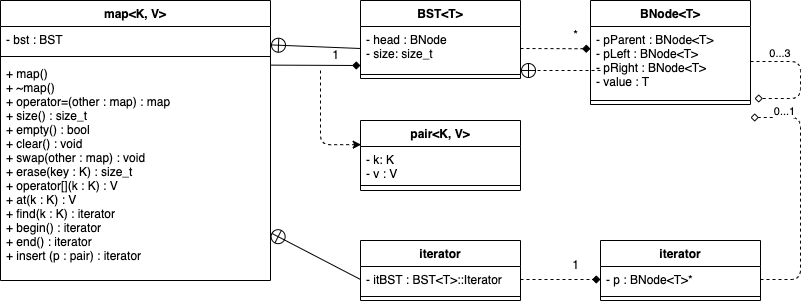
Before: doc/class_diagram.png, a diagram exported from draw.io (MarshallMathers1313/map). Source tidied: cells renumbered, new cells last; positions are measured from the earlier drawing's top-left corner, leaving out a move shared by most shapes. Its diagram source:
```xml
<mxGraphModel>
  <root>
    <mxCell id="0" />
    <mxCell id="1" parent="0" />
    <mxCell id="2" value="map&lt;K, V&gt;" style="swimlane;fontStyle=1;align=center;verticalAlign=top;horizontal=1;startSize=26;fillColor=#FFFFFF;fontColor=#000000;" parent="1" vertex="1">
      <mxGeometry width="270" height="280" as="geometry" />
    </mxCell>
    <mxCell id="3" value="- bst : BST" style="text;strokeColor=none;fillColor=none;align=left;verticalAlign=top;spacingLeft=4;spacingRight=4;overflow=hidden;points=[[0,0.5],[1,0.5]];portConstraint=eastwest;" parent="2" vertex="1">
      <mxGeometry y="26" width="270" height="26" as="geometry" />
    </mxCell>
    <mxCell id="4" style="line;strokeWidth=1;fillColor=none;align=left;verticalAlign=middle;spacingTop=-1;spacingLeft=3;spacingRight=3;labelPosition=right;strokeColor=inherit;" parent="2" vertex="1">
      <mxGeometry y="52" width="270" height="8" as="geometry" />
    </mxCell>
    <mxCell id="5" value="+ map()&#10;+ ~map()&#10;+ operator=(other : map) : map&#10;+ size() : size_t&#10;+ empty() : bool&#10;+ clear() : void&#10;+ swap(other : map) : void&#10;+ erase(key : K) : size_t&#10;+ operator[](k : K) : V&#10;+ at(k : K) : V&#10;+ find(k : K) : iterator&#10;+ begin() : iterator&#10;+ end() : iterator&#10;+ insert (p : pair) : iterator" style="text;strokeColor=none;fillColor=none;align=left;verticalAlign=top;spacingLeft=4;spacingRight=4;overflow=hidden;points=[[0,0.5],[1,0.5]];portConstraint=eastwest;" parent="2" vertex="1">
      <mxGeometry y="60" width="270" height="220" as="geometry" />
    </mxCell>
    <mxCell id="6" value="iterator" style="swimlane;fontStyle=1;align=center;verticalAlign=top;horizontal=1;startSize=26;fillColor=#FFFFFF;fontColor=#000000;" parent="1" vertex="1">
      <mxGeometry x="360" y="240" width="160" height="60" as="geometry" />
    </mxCell>
    <mxCell id="7" value="- itBST : BST&lt;T&gt;::Iterator" style="text;strokeColor=none;fillColor=none;align=left;verticalAlign=top;spacingLeft=4;spacingRight=4;overflow=hidden;points=[[0,0.5],[1,0.5]];portConstraint=eastwest;" parent="6" vertex="1">
      <mxGeometry y="26" width="160" height="26" as="geometry" />
    </mxCell>
    <mxCell id="8" style="line;strokeWidth=1;fillColor=none;align=left;verticalAlign=middle;spacingTop=-1;spacingLeft=3;spacingRight=3;labelPosition=right;strokeColor=inherit;" parent="6" vertex="1">
      <mxGeometry y="52" width="160" height="8" as="geometry" />
    </mxCell>
    <mxCell id="9" style="edgeStyle=none;html=1;exitX=0;exitY=0.5;exitDx=0;exitDy=0;entryX=1.002;entryY=0.784;entryDx=0;entryDy=0;entryPerimeter=0;endArrow=circlePlus;endFill=0;" parent="1" edge="1" source="7" target="5">
      <mxGeometry relative="1" as="geometry" />
    </mxCell>
    <mxCell id="10" value="BST&lt;T&gt;" style="swimlane;fontStyle=1;align=center;verticalAlign=top;horizontal=1;startSize=26;fillColor=#FFFFFF;fontColor=#000000;" parent="1" vertex="1">
      <mxGeometry x="360" width="160" height="78" as="geometry" />
    </mxCell>
    <mxCell id="11" value="- head : BNode&#10;- size: size_t" style="text;strokeColor=none;fillColor=none;align=left;verticalAlign=top;spacingLeft=4;spacingRight=4;overflow=hidden;points=[[0,0.5],[1,0.5]];portConstraint=eastwest;" parent="10" vertex="1">
      <mxGeometry y="26" width="160" height="44" as="geometry" />
    </mxCell>
    <mxCell id="12" style="line;strokeWidth=1;fillColor=none;align=left;verticalAlign=middle;spacingTop=-1;spacingLeft=3;spacingRight=3;labelPosition=right;strokeColor=inherit;" parent="10" vertex="1">
      <mxGeometry y="70" width="160" height="8" as="geometry" />
    </mxCell>
    <mxCell id="13" style="edgeStyle=none;html=1;exitX=0;exitY=0.5;exitDx=0;exitDy=0;endArrow=circlePlus;endFill=0;" parent="1" edge="1" source="11" target="3">
      <mxGeometry relative="1" as="geometry" />
    </mxCell>
    <mxCell id="14" style="edgeStyle=none;html=1;exitX=0.999;exitY=0.021;exitDx=0;exitDy=0;endArrow=diamond;endFill=1;exitPerimeter=0;" parent="1" edge="1" source="5">
      <mxGeometry relative="1" as="geometry">
        <mxPoint x="360" y="65" as="targetPoint" />
      </mxGeometry>
    </mxCell>
    <mxCell id="15" value="1" style="text;html=1;align=center;verticalAlign=middle;strokeColor=none;fillColor=none;" parent="1" vertex="1">
      <mxGeometry x="320" y="40" width="30" height="30" as="geometry" />
    </mxCell>
    <mxCell id="16" value="pair&lt;K, V&gt;" style="swimlane;fontStyle=1;align=center;verticalAlign=top;horizontal=1;startSize=26;fontColor=#000000;fillColor=#FFFFFF;" parent="1" vertex="1">
      <mxGeometry x="360" y="120" width="160" height="70" as="geometry" />
    </mxCell>
    <mxCell id="17" value="- k: K&#10;- v : V" style="text;strokeColor=none;fillColor=none;align=left;verticalAlign=top;spacingLeft=4;spacingRight=4;overflow=hidden;points=[[0,0.5],[1,0.5]];portConstraint=eastwest;" parent="16" vertex="1">
      <mxGeometry y="26" width="160" height="34" as="geometry" />
    </mxCell>
    <mxCell id="18" style="line;strokeWidth=1;fillColor=none;align=left;verticalAlign=middle;spacingTop=-1;spacingLeft=3;spacingRight=3;labelPosition=right;strokeColor=inherit;" parent="16" vertex="1">
      <mxGeometry y="60" width="160" height="10" as="geometry" />
    </mxCell>
    <mxCell id="19" style="edgeStyle=orthogonalEdgeStyle;html=1;entryX=0.004;entryY=-0.054;entryDx=0;entryDy=0;endArrow=classic;endFill=1;dashed=1;entryPerimeter=0;" parent="1" edge="1" target="17">
      <mxGeometry relative="1" as="geometry">
        <mxPoint x="320" y="70" as="sourcePoint" />
      </mxGeometry>
    </mxCell>
    <mxCell id="20" value="BNode&lt;T&gt;" style="swimlane;fontStyle=1;align=center;verticalAlign=top;horizontal=1;startSize=26;fillColor=#FFFFFF;fontColor=#000000;" parent="1" vertex="1">
      <mxGeometry x="590" width="160" height="104" as="geometry" />
    </mxCell>
    <mxCell id="21" value="- pParent : BNode&lt;T&gt;&#10;- pLeft : BNode&lt;T&gt;&#10;- pRight : BNode&lt;T&gt;&#10;- value : T" style="text;strokeColor=none;fillColor=none;align=left;verticalAlign=top;spacingLeft=4;spacingRight=4;overflow=hidden;points=[[0,0.5],[1,0.5]];portConstraint=eastwest;" parent="20" vertex="1">
      <mxGeometry y="26" width="160" height="70" as="geometry" />
    </mxCell>
    <mxCell id="22" style="line;strokeWidth=1;fillColor=none;align=left;verticalAlign=middle;spacingTop=-1;spacingLeft=3;spacingRight=3;labelPosition=right;strokeColor=inherit;" parent="20" vertex="1">
      <mxGeometry y="96" width="160" height="8" as="geometry" />
    </mxCell>
    <mxCell id="23" style="edgeStyle=orthogonalEdgeStyle;html=1;exitX=1;exitY=0.5;exitDx=0;exitDy=0;dashed=1;endArrow=diamond;endFill=0;" parent="20" edge="1" source="21">
      <mxGeometry relative="1" as="geometry">
        <mxPoint x="164" y="98" as="targetPoint" />
        <Array as="points">
          <mxPoint x="210" y="61" />
        </Array>
      </mxGeometry>
    </mxCell>
    <mxCell id="24" value="0...3&amp;nbsp;" style="edgeLabel;html=1;align=center;verticalAlign=middle;" parent="23" vertex="1">
      <mxGeometry x="0.45" y="2" relative="1" as="geometry">
        <mxPoint x="-11" y="-48" as="offset" />
      </mxGeometry>
    </mxCell>
    <mxCell id="25" style="html=1;dashed=1;endArrow=circlePlus;endFill=0;" parent="1" edge="1">
      <mxGeometry relative="1" as="geometry">
        <mxPoint x="600" y="70" as="sourcePoint" />
        <mxPoint x="520" y="70" as="targetPoint" />
      </mxGeometry>
    </mxCell>
    <mxCell id="26" style="edgeStyle=none;html=1;entryX=0;entryY=0.318;entryDx=0;entryDy=0;entryPerimeter=0;dashed=1;endArrow=diamond;endFill=1;exitX=1;exitY=0.5;exitDx=0;exitDy=0;" parent="1" edge="1" source="11" target="21">
      <mxGeometry relative="1" as="geometry" />
    </mxCell>
    <mxCell id="27" value="*" style="text;html=1;align=center;verticalAlign=middle;strokeColor=none;fillColor=none;" parent="1" vertex="1">
      <mxGeometry x="560" y="20" width="30" height="30" as="geometry" />
    </mxCell>
    <mxCell id="28" value="iterator" style="swimlane;fontStyle=1;align=center;verticalAlign=top;horizontal=1;startSize=26;fillColor=#FFFFFF;fontColor=#000000;" parent="1" vertex="1">
      <mxGeometry x="600" y="240" width="160" height="60" as="geometry" />
    </mxCell>
    <mxCell id="29" value="- p : BNode&lt;T&gt;*" style="text;strokeColor=none;fillColor=none;align=left;verticalAlign=top;spacingLeft=4;spacingRight=4;overflow=hidden;points=[[0,0.5],[1,0.5]];portConstraint=eastwest;" parent="28" vertex="1">
      <mxGeometry y="26" width="160" height="26" as="geometry" />
    </mxCell>
    <mxCell id="30" style="line;strokeWidth=1;fillColor=none;align=left;verticalAlign=middle;spacingTop=-1;spacingLeft=3;spacingRight=3;labelPosition=right;strokeColor=inherit;" parent="28" vertex="1">
      <mxGeometry y="52" width="160" height="8" as="geometry" />
    </mxCell>
    <mxCell id="31" style="edgeStyle=orthogonalEdgeStyle;html=1;exitX=1;exitY=0.5;exitDx=0;exitDy=0;entryX=0;entryY=0.5;entryDx=0;entryDy=0;dashed=1;endArrow=diamond;endFill=1;" parent="1" edge="1" source="7" target="29">
      <mxGeometry relative="1" as="geometry" />
    </mxCell>
    <mxCell id="32" value="1" style="text;html=1;align=center;verticalAlign=middle;strokeColor=none;fillColor=none;" parent="1" vertex="1">
      <mxGeometry x="560" y="250" width="30" height="30" as="geometry" />
    </mxCell>
    <mxCell id="33" style="edgeStyle=orthogonalEdgeStyle;html=1;exitX=1;exitY=0.5;exitDx=0;exitDy=0;entryX=1;entryY=0.5;entryDx=0;entryDy=0;dashed=1;endArrow=diamond;endFill=0;" parent="1" edge="1" source="29">
      <mxGeometry relative="1" as="geometry">
        <mxPoint x="750" y="117" as="targetPoint" />
        <Array as="points">
          <mxPoint x="800" y="279" />
          <mxPoint x="800" y="117" />
        </Array>
      </mxGeometry>
    </mxCell>
    <mxCell id="34" value="0...1" style="edgeLabel;html=1;align=center;verticalAlign=middle;" parent="1" vertex="1">
      <mxGeometry x="800" y="62" as="geometry">
        <mxPoint x="-17" y="48" as="offset" />
      </mxGeometry>
    </mxCell>
  </root>
</mxGraphModel>
```
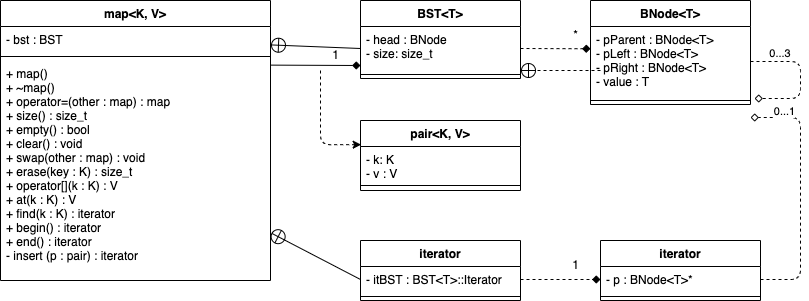
Above is the later version.

Change to the diagram source:
```diff
@@ -11,7 +11,7 @@
     <mxCell id="4" style="line;strokeWidth=1;fillColor=none;align=left;verticalAlign=middle;spacingTop=-1;spacingLeft=3;spacingRight=3;labelPosition=right;strokeColor=inherit;" parent="2" vertex="1">
       <mxGeometry y="52" width="270" height="8" as="geometry" />
     </mxCell>
-    <mxCell id="5" value="+ map()&#10;+ ~map()&#10;+ operator=(other : map) : map&#10;+ size() : size_t&#10;+ empty() : bool&#10;+ clear() : void&#10;+ swap(other : map) : void&#10;+ erase(key : K) : size_t&#10;+ operator[](k : K) : V&#10;+ at(k : K) : V&#10;+ find(k : K) : iterator&#10;+ begin() : iterator&#10;+ end() : iterator&#10;+ insert (p : pair) : iterator" style="text;strokeColor=none;fillColor=none;align=left;verticalAlign=top;spacingLeft=4;spacingRight=4;overflow=hidden;points=[[0,0.5],[1,0.5]];portConstraint=eastwest;" parent="2" vertex="1">
+    <mxCell id="5" value="+ map()&#10;+ ~map()&#10;+ operator=(other : map) : map&#10;+ size() : size_t&#10;+ empty() : bool&#10;+ clear() : void&#10;+ swap(other : map) : void&#10;+ erase(key : K) : size_t&#10;+ operator[](k : K) : V&#10;+ at(k : K) : V&#10;+ find(k : K) : iterator&#10;+ begin() : iterator&#10;+ end() : iterator&#10;- insert (p : pair) : iterator" style="text;strokeColor=none;fillColor=none;align=left;verticalAlign=top;spacingLeft=4;spacingRight=4;overflow=hidden;points=[[0,0.5],[1,0.5]];portConstraint=eastwest;" parent="2" vertex="1">
       <mxGeometry y="60" width="270" height="220" as="geometry" />
     </mxCell>
     <mxCell id="6" value="iterator" style="swimlane;fontStyle=1;align=center;verticalAlign=top;horizontal=1;startSize=26;fillColor=#FFFFFF;fontColor=#000000;" parent="1" vertex="1">
```
